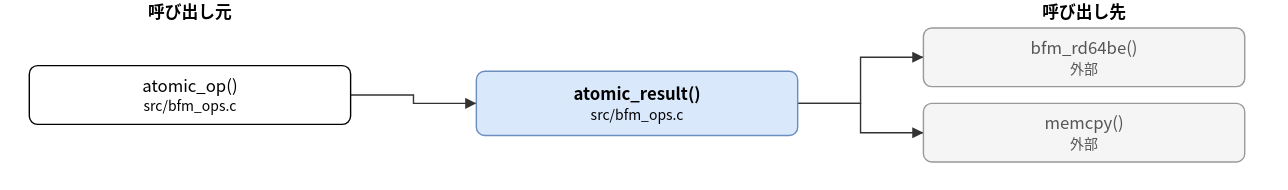
The draw.io diagram doc/spec/images/call_src_bfm_ops-atomic_result.drawio.svg in hf355051012-ai/bfmem, before a commit. Source tidied: cells renumbered, new cells last; positions are measured from the earlier drawing's top-left corner, leaving out a move shared by most shapes. Source of this version:
```xml
<mxGraphModel>
  <root>
    <mxCell id="0" />
    <mxCell id="1" parent="0" />
    <mxCell id="2" value="atomic_result()&lt;br&gt;&lt;font style=&quot;font-size:10px&quot;&gt;src/bfm_ops.c&lt;/font&gt;" style="rounded=1;whiteSpace=wrap;html=1;fillColor=#dae8fc;strokeColor=#6c8ebf;fontStyle=1;" parent="1" vertex="1">
      <mxGeometry x="320" y="51" width="230" height="46" as="geometry" />
    </mxCell>
    <mxCell id="3" value="atomic_op()&lt;br&gt;&lt;font style=&quot;font-size:10px&quot;&gt;src/bfm_ops.c&lt;/font&gt;" style="rounded=1;whiteSpace=wrap;html=1;" parent="1" vertex="1">
      <mxGeometry y="47" width="230" height="42" as="geometry" />
    </mxCell>
    <mxCell id="4" value="bfm_rd64be()&lt;br&gt;&lt;font style=&quot;font-size:10px&quot;&gt;外部&lt;/font&gt;" style="rounded=1;whiteSpace=wrap;html=1;fillColor=#f5f5f5;strokeColor=#999999;fontColor=#555555;" parent="1" vertex="1">
      <mxGeometry x="640" y="20" width="230" height="42" as="geometry" />
    </mxCell>
    <mxCell id="5" value="memcpy()&lt;br&gt;&lt;font style=&quot;font-size:10px&quot;&gt;外部&lt;/font&gt;" style="rounded=1;whiteSpace=wrap;html=1;fillColor=#f5f5f5;strokeColor=#999999;fontColor=#555555;" parent="1" vertex="1">
      <mxGeometry x="640" y="74" width="230" height="42" as="geometry" />
    </mxCell>
    <mxCell id="6" style="edgeStyle=none;html=1;rounded=0;endArrow=block;endFill=1;exitX=1.0000;exitY=0.5000;exitDx=0;exitDy=0;exitPerimeter=0;entryX=0.0000;entryY=0.5000;entryDx=0;entryDy=0;entryPerimeter=0;" parent="1" edge="1" source="3" target="2">
      <mxGeometry relative="1" as="geometry">
        <Array as="points">
          <mxPoint x="275" y="68" />
          <mxPoint x="275" y="74" />
        </Array>
      </mxGeometry>
    </mxCell>
    <mxCell id="7" style="edgeStyle=none;html=1;rounded=0;endArrow=block;endFill=1;exitX=1.0000;exitY=0.5000;exitDx=0;exitDy=0;exitPerimeter=0;entryX=0.0000;entryY=0.5000;entryDx=0;entryDy=0;entryPerimeter=0;" parent="1" edge="1" source="2" target="4">
      <mxGeometry relative="1" as="geometry">
        <Array as="points">
          <mxPoint x="595" y="74" />
          <mxPoint x="595" y="41" />
        </Array>
      </mxGeometry>
    </mxCell>
    <mxCell id="8" style="edgeStyle=none;html=1;rounded=0;endArrow=block;endFill=1;exitX=1.0000;exitY=0.5000;exitDx=0;exitDy=0;exitPerimeter=0;entryX=0.0000;entryY=0.5000;entryDx=0;entryDy=0;entryPerimeter=0;" parent="1" edge="1" source="2" target="5">
      <mxGeometry relative="1" as="geometry">
        <Array as="points">
          <mxPoint x="595" y="74" />
          <mxPoint x="595" y="95" />
        </Array>
      </mxGeometry>
    </mxCell>
    <mxCell id="9" value="呼び出し元" style="text;html=1;align=center;fontStyle=1;" parent="1" vertex="1">
      <mxGeometry x="35" width="160" height="18" as="geometry" />
    </mxCell>
    <mxCell id="10" value="呼び出し先" style="text;html=1;align=center;fontStyle=1;" parent="1" vertex="1">
      <mxGeometry x="675" width="160" height="18" as="geometry" />
    </mxCell>
  </root>
</mxGraphModel>
```
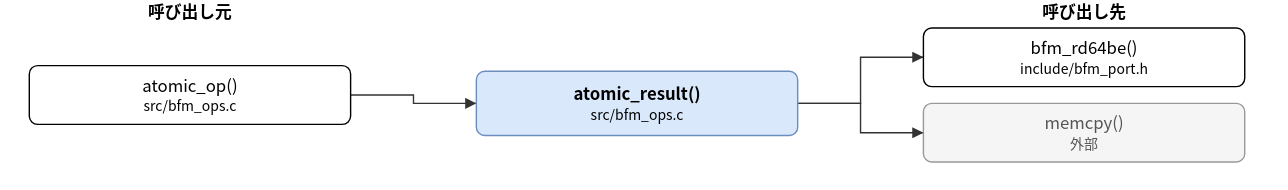
After the change.

Change to the diagram source:
```diff
@@ -8,7 +8,7 @@
     <mxCell id="3" value="atomic_op()&lt;br&gt;&lt;font style=&quot;font-size:10px&quot;&gt;src/bfm_ops.c&lt;/font&gt;" style="rounded=1;whiteSpace=wrap;html=1;" parent="1" vertex="1">
       <mxGeometry y="47" width="230" height="42" as="geometry" />
     </mxCell>
-    <mxCell id="4" value="bfm_rd64be()&lt;br&gt;&lt;font style=&quot;font-size:10px&quot;&gt;外部&lt;/font&gt;" style="rounded=1;whiteSpace=wrap;html=1;fillColor=#f5f5f5;strokeColor=#999999;fontColor=#555555;" parent="1" vertex="1">
+    <mxCell id="4" value="bfm_rd64be()&lt;br&gt;&lt;font style=&quot;font-size:10px&quot;&gt;include/bfm_port.h&lt;/font&gt;" style="rounded=1;whiteSpace=wrap;html=1;" parent="1" vertex="1">
       <mxGeometry x="640" y="20" width="230" height="42" as="geometry" />
     </mxCell>
     <mxCell id="5" value="memcpy()&lt;br&gt;&lt;font style=&quot;font-size:10px&quot;&gt;外部&lt;/font&gt;" style="rounded=1;whiteSpace=wrap;html=1;fillColor=#f5f5f5;strokeColor=#999999;fontColor=#555555;" parent="1" vertex="1">
```
